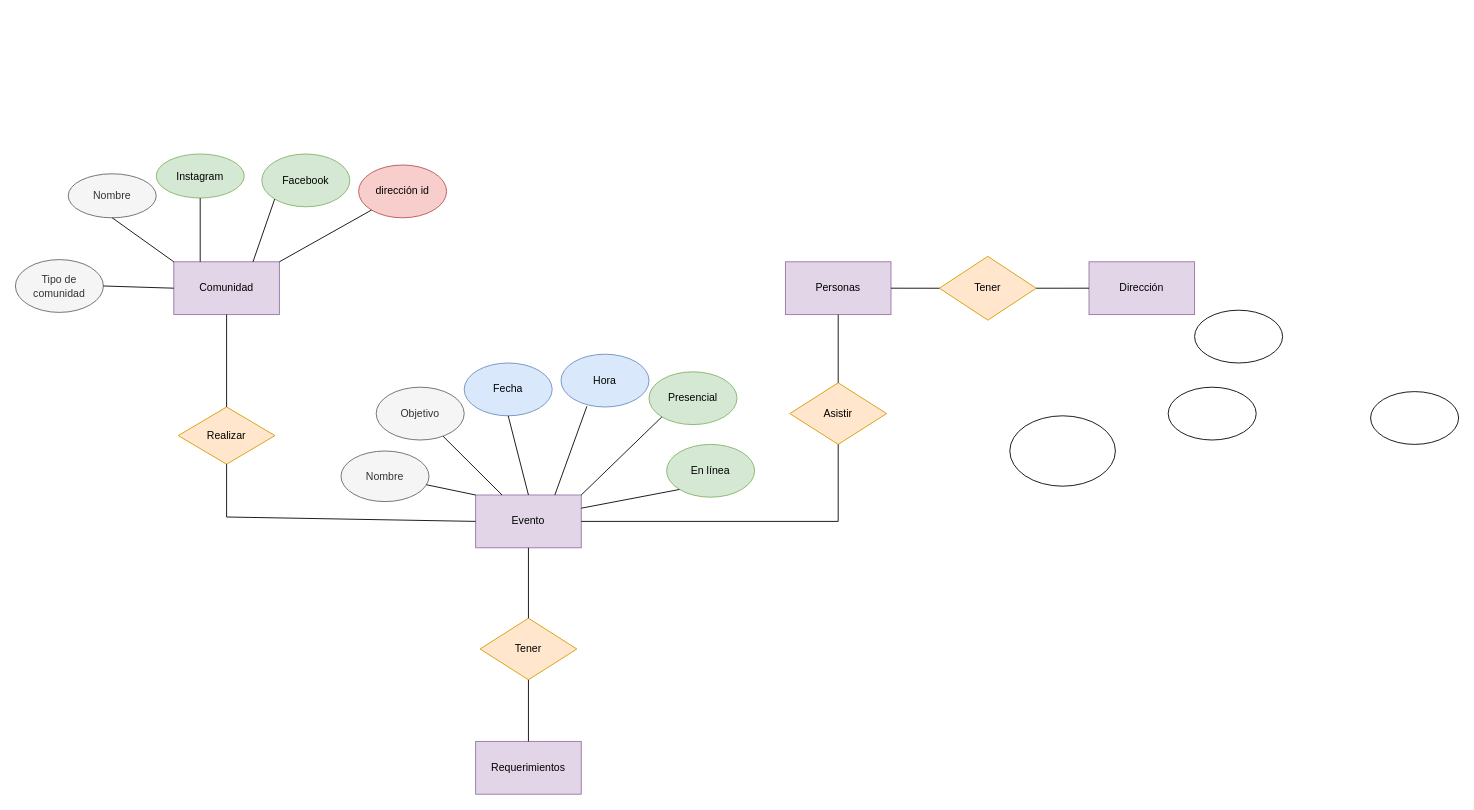
Earlier version of the draw.io diagram Untitled Diagram.drawio (MariaLag/DataBase). Source tidied: cells renumbered, new cells numbered last; positions are measured from the earlier drawing's top-left corner, leaving out a move shared by most shapes. Both pictures are drawn from the tidied source at 88%, with x=0, y=0 at pixel (15, 154).
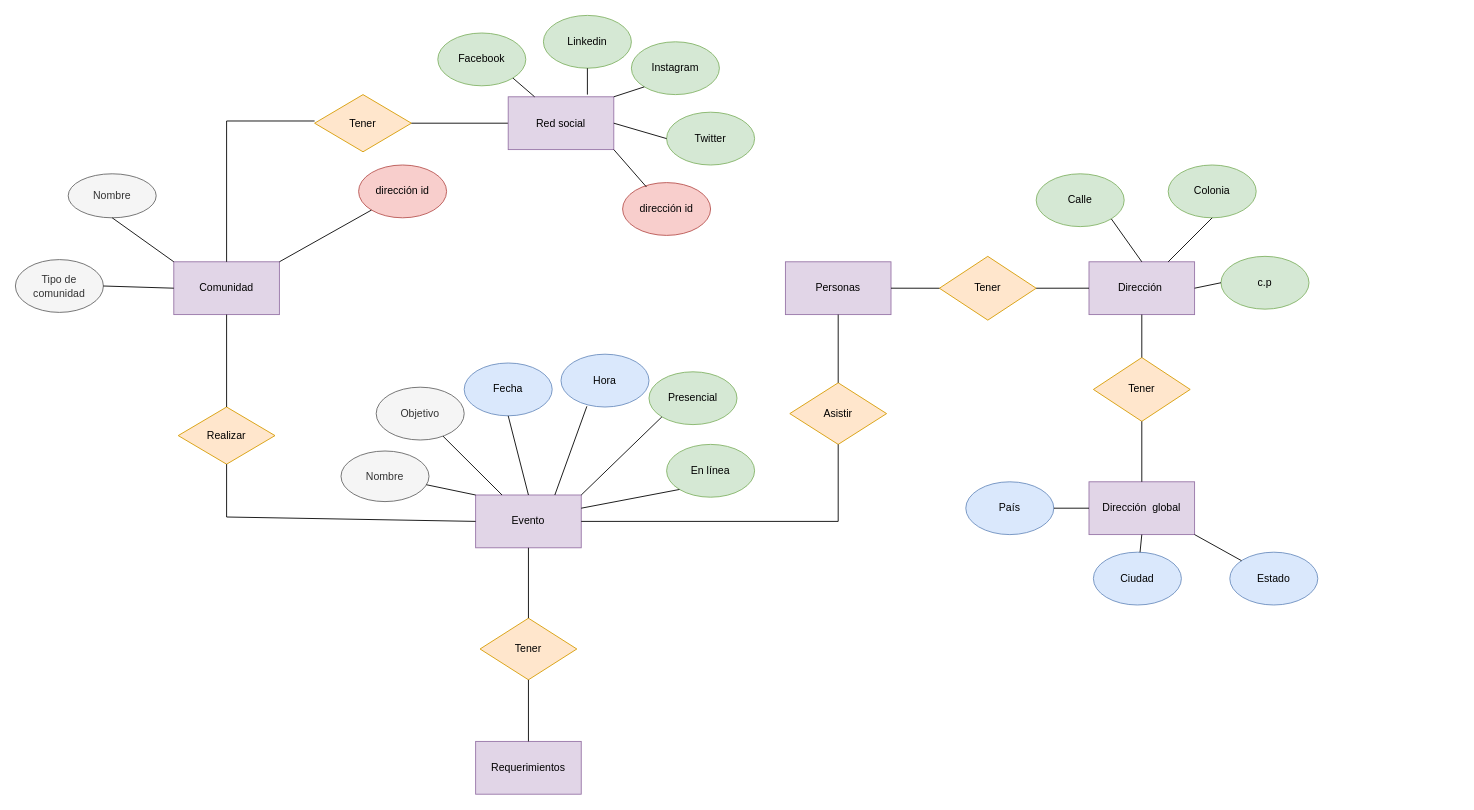
After the change.

The change refers to these unchanged cells:
```xml
<mxCell id="2" value="Comunidad" style="rounded=0;whiteSpace=wrap;html=1;fillColor=#e1d5e7;strokeColor=#9673a6;" parent="1" vertex="1">
  <mxGeometry x="180" y="122" width="120" height="60" as="geometry" />
</mxCell>
```

Diff of the diagram source:
```diff
@@
     <mxCell id="7" value="Facebook" style="ellipse;whiteSpace=wrap;html=1;fillColor=#d5e8d4;strokeColor=#82b366;" parent="1" vertex="1">
-      <mxGeometry x="280" y="-0.5" width="100" height="60" as="geometry" />
+      <mxGeometry x="480" y="-138" width="100" height="60" as="geometry" />
     </mxCell>
-    <mxCell id="8" value="Instagram" style="ellipse;whiteSpace=wrap;html=1;fillColor=#d5e8d4;strokeColor=#82b366;" parent="1" vertex="1">
-      <mxGeometry x="160" y="-0.5" width="100" height="50" as="geometry" />
-    </mxCell>
@@
-    <mxCell id="12" style="endArrow=none;html=1;rounded=0;exitX=0.75;exitY=0;exitDx=0;exitDy=0;entryX=0;entryY=1;entryDx=0;entryDy=0;" parent="1" edge="1" source="2" target="7">
-      <mxGeometry relative="1" as="geometry" />
-    </mxCell>
-    <mxCell id="13" style="endArrow=none;html=1;rounded=0;entryX=0.5;entryY=1;entryDx=0;entryDy=0;exitX=0.25;exitY=0;exitDx=0;exitDy=0;" parent="1" edge="1" source="2" target="8">
-      <mxGeometry relative="1" as="geometry" />
+    <mxCell id="13" style="endArrow=none;html=1;rounded=0;exitX=0.5;exitY=0;exitDx=0;exitDy=0;" parent="1" edge="1" source="2">
+      <mxGeometry relative="1" as="geometry">
+        <mxPoint x="240" y="-38" as="targetPoint" />
+      </mxGeometry>
     </mxCell>
@@
-    <mxCell id="41" value="Dirección" style="rounded=0;whiteSpace=wrap;html=1;fillColor=#e1d5e7;strokeColor=#9673a6;" parent="1" vertex="1">
+    <mxCell id="41" value="Dirección&amp;nbsp;" style="rounded=0;whiteSpace=wrap;html=1;fillColor=#e1d5e7;strokeColor=#9673a6;" parent="1" vertex="1">
       <mxGeometry x="1220" y="122" width="120" height="60" as="geometry" />
     </mxCell>
@@
-    <mxCell id="43" style="ellipse;whiteSpace=wrap;html=1;" parent="1" vertex="1">
-      <mxGeometry x="1130" y="297" width="120" height="80" as="geometry" />
+    <mxCell id="43" value="c.p" style="ellipse;whiteSpace=wrap;html=1;fillColor=#d5e8d4;strokeColor=#82b366;" parent="1" vertex="1">
+      <mxGeometry x="1370" y="115.8" width="100" height="60" as="geometry" />
     </mxCell>
-    <mxCell id="44" style="ellipse;whiteSpace=wrap;html=1;" parent="1" vertex="1">
-      <mxGeometry x="1540" y="269.5" width="100" height="60" as="geometry" />
+    <mxCell id="44" value="Ciudad" style="ellipse;whiteSpace=wrap;html=1;fillColor=#dae8fc;strokeColor=#6c8ebf;" parent="1" vertex="1">
+      <mxGeometry x="1225" y="452" width="100" height="60" as="geometry" />
     </mxCell>
-    <mxCell id="45" style="ellipse;whiteSpace=wrap;html=1;" parent="1" vertex="1">
-      <mxGeometry x="1340" y="177" width="100" height="60" as="geometry" />
+    <mxCell id="45" value="País" style="ellipse;whiteSpace=wrap;html=1;fillColor=#dae8fc;strokeColor=#6c8ebf;" parent="1" vertex="1">
+      <mxGeometry x="1080" y="372" width="100" height="60" as="geometry" />
     </mxCell>
-    <mxCell id="46" style="ellipse;whiteSpace=wrap;html=1;" parent="1" vertex="1">
-      <mxGeometry x="1310" y="264.5" width="100" height="60" as="geometry" />
+    <mxCell id="46" value="Estado" style="ellipse;whiteSpace=wrap;html=1;fillColor=#dae8fc;strokeColor=#6c8ebf;" parent="1" vertex="1">
+      <mxGeometry x="1380" y="452" width="100" height="60" as="geometry" />
     </mxCell>
+    <mxCell id="47" value="Calle" style="ellipse;whiteSpace=wrap;html=1;fillColor=#d5e8d4;strokeColor=#82b366;" parent="1" vertex="1">
+      <mxGeometry x="1160" y="22" width="100" height="60" as="geometry" />
+    </mxCell>
+    <mxCell id="48" value="Colonia" style="ellipse;whiteSpace=wrap;html=1;fillColor=#d5e8d4;strokeColor=#82b366;" parent="1" vertex="1">
+      <mxGeometry x="1310" y="12" width="100" height="60" as="geometry" />
+    </mxCell>
+    <mxCell id="49" value="Tener" style="rhombus;whiteSpace=wrap;html=1;fillColor=#ffe6cc;strokeColor=#d79b00;" parent="1" vertex="1">
+      <mxGeometry x="340" y="-68" width="110" height="65" as="geometry" />
+    </mxCell>
+    <mxCell id="50" style="endArrow=none;html=1;rounded=0;" parent="1" edge="1">
+      <mxGeometry relative="1" as="geometry">
+        <mxPoint x="340" y="-38" as="sourcePoint" />
+        <mxPoint x="240" y="-38" as="targetPoint" />
+      </mxGeometry>
+    </mxCell>
+    <mxCell id="51" style="endArrow=none;html=1;rounded=0;exitX=0;exitY=0.5;exitDx=0;exitDy=0;entryX=1;entryY=0.5;entryDx=0;entryDy=0;" parent="1" edge="1" target="49">
+      <mxGeometry relative="1" as="geometry">
+        <mxPoint x="560" y="-35.5" as="sourcePoint" />
+      </mxGeometry>
+    </mxCell>
+    <mxCell id="52" value="Red social" style="rounded=0;whiteSpace=wrap;html=1;fillColor=#e1d5e7;strokeColor=#9673a6;" parent="1" vertex="1">
+      <mxGeometry x="560" y="-65.5" width="120" height="60" as="geometry" />
+    </mxCell>
+    <mxCell id="53" value="Twitter" style="ellipse;whiteSpace=wrap;html=1;fillColor=#d5e8d4;strokeColor=#82b366;" parent="1" vertex="1">
+      <mxGeometry x="740" y="-48" width="100" height="60" as="geometry" />
+    </mxCell>
+    <mxCell id="54" value="Linkedin" style="ellipse;whiteSpace=wrap;html=1;fillColor=#d5e8d4;strokeColor=#82b366;" parent="1" vertex="1">
+      <mxGeometry x="600" y="-158" width="100" height="60" as="geometry" />
+    </mxCell>
+    <mxCell id="8" value="Instagram" style="ellipse;whiteSpace=wrap;html=1;fillColor=#d5e8d4;strokeColor=#82b366;" parent="1" vertex="1">
+      <mxGeometry x="700" y="-128" width="100" height="60" as="geometry" />
+    </mxCell>
+    <mxCell id="55" value="dirección id" style="ellipse;whiteSpace=wrap;html=1;fillColor=#f8cecc;strokeColor=#b85450;" parent="1" vertex="1">
+      <mxGeometry x="690" y="32" width="100" height="60" as="geometry" />
+    </mxCell>
+    <mxCell id="56" style="endArrow=none;html=1;rounded=0;exitX=1;exitY=1;exitDx=0;exitDy=0;entryX=0.271;entryY=0.083;entryDx=0;entryDy=0;entryPerimeter=0;" parent="1" edge="1" source="52" target="55">
+      <mxGeometry relative="1" as="geometry" />
+    </mxCell>
+    <mxCell id="57" style="endArrow=none;html=1;rounded=0;exitX=1;exitY=0.5;exitDx=0;exitDy=0;entryX=0;entryY=0.5;entryDx=0;entryDy=0;" parent="1" edge="1" source="52" target="53">
+      <mxGeometry relative="1" as="geometry" />
+    </mxCell>
+    <mxCell id="58" style="endArrow=none;html=1;rounded=0;exitX=0;exitY=1;exitDx=0;exitDy=0;entryX=1;entryY=0;entryDx=0;entryDy=0;" parent="1" edge="1" source="8" target="52">
+      <mxGeometry relative="1" as="geometry" />
+    </mxCell>
+    <mxCell id="59" style="endArrow=none;html=1;rounded=0;exitX=0.5;exitY=1;exitDx=0;exitDy=0;" parent="1" edge="1" source="54">
+      <mxGeometry relative="1" as="geometry">
+        <mxPoint x="650" y="-68" as="targetPoint" />
+      </mxGeometry>
+    </mxCell>
+    <mxCell id="60" style="endArrow=none;html=1;rounded=0;exitX=1;exitY=1;exitDx=0;exitDy=0;entryX=0.25;entryY=0;entryDx=0;entryDy=0;" parent="1" edge="1" source="7" target="52">
+      <mxGeometry relative="1" as="geometry" />
+    </mxCell>
+    <mxCell id="61" value="Dirección &amp;nbsp;global" style="rounded=0;whiteSpace=wrap;html=1;fillColor=#e1d5e7;strokeColor=#9673a6;" parent="1" vertex="1">
+      <mxGeometry x="1220" y="372" width="120" height="60" as="geometry" />
+    </mxCell>
+    <mxCell id="62" value="Tener&lt;br&gt;" style="rhombus;whiteSpace=wrap;html=1;fillColor=#ffe6cc;strokeColor=#d79b00;" parent="1" vertex="1">
+      <mxGeometry x="1225" y="230.8" width="110" height="72.5" as="geometry" />
+    </mxCell>
+    <mxCell id="63" style="endArrow=none;html=1;rounded=0;entryX=0.5;entryY=1;entryDx=0;entryDy=0;" parent="1" edge="1" source="62" target="41">
+      <mxGeometry relative="1" as="geometry">
+        <Array as="points">
+          <mxPoint x="1280" y="212" />
+        </Array>
+      </mxGeometry>
+    </mxCell>
+    <mxCell id="64" style="endArrow=none;html=1;rounded=0;exitX=0.5;exitY=0;exitDx=0;exitDy=0;entryX=0.5;entryY=1;entryDx=0;entryDy=0;" parent="1" edge="1" source="61" target="62">
+      <mxGeometry relative="1" as="geometry" />
+    </mxCell>
+    <mxCell id="65" style="endArrow=none;html=1;rounded=0;entryX=1;entryY=1;entryDx=0;entryDy=0;" parent="1" edge="1" source="46" target="61">
+      <mxGeometry relative="1" as="geometry" />
+    </mxCell>
+    <mxCell id="66" style="endArrow=none;html=1;rounded=0;exitX=0.5;exitY=1;exitDx=0;exitDy=0;" parent="1" edge="1" source="61" target="44">
+      <mxGeometry relative="1" as="geometry" />
+    </mxCell>
+    <mxCell id="67" style="endArrow=none;html=1;rounded=0;exitX=1;exitY=0.5;exitDx=0;exitDy=0;entryX=0;entryY=0.5;entryDx=0;entryDy=0;" parent="1" edge="1" source="45" target="61">
+      <mxGeometry relative="1" as="geometry" />
+    </mxCell>
+    <mxCell id="68" style="endArrow=none;html=1;rounded=0;entryX=1;entryY=1;entryDx=0;entryDy=0;exitX=0.5;exitY=0;exitDx=0;exitDy=0;" parent="1" edge="1" source="41" target="47">
+      <mxGeometry relative="1" as="geometry" />
+    </mxCell>
+    <mxCell id="69" style="endArrow=none;html=1;rounded=0;entryX=1;entryY=0.5;entryDx=0;entryDy=0;exitX=0;exitY=0.5;exitDx=0;exitDy=0;" parent="1" edge="1" source="43" target="41">
+      <mxGeometry relative="1" as="geometry" />
+    </mxCell>
+    <mxCell id="70" style="endArrow=none;html=1;rounded=0;entryX=0.5;entryY=1;entryDx=0;entryDy=0;exitX=0.75;exitY=0;exitDx=0;exitDy=0;" parent="1" edge="1" source="41" target="48">
+      <mxGeometry relative="1" as="geometry" />
+    </mxCell>
```
